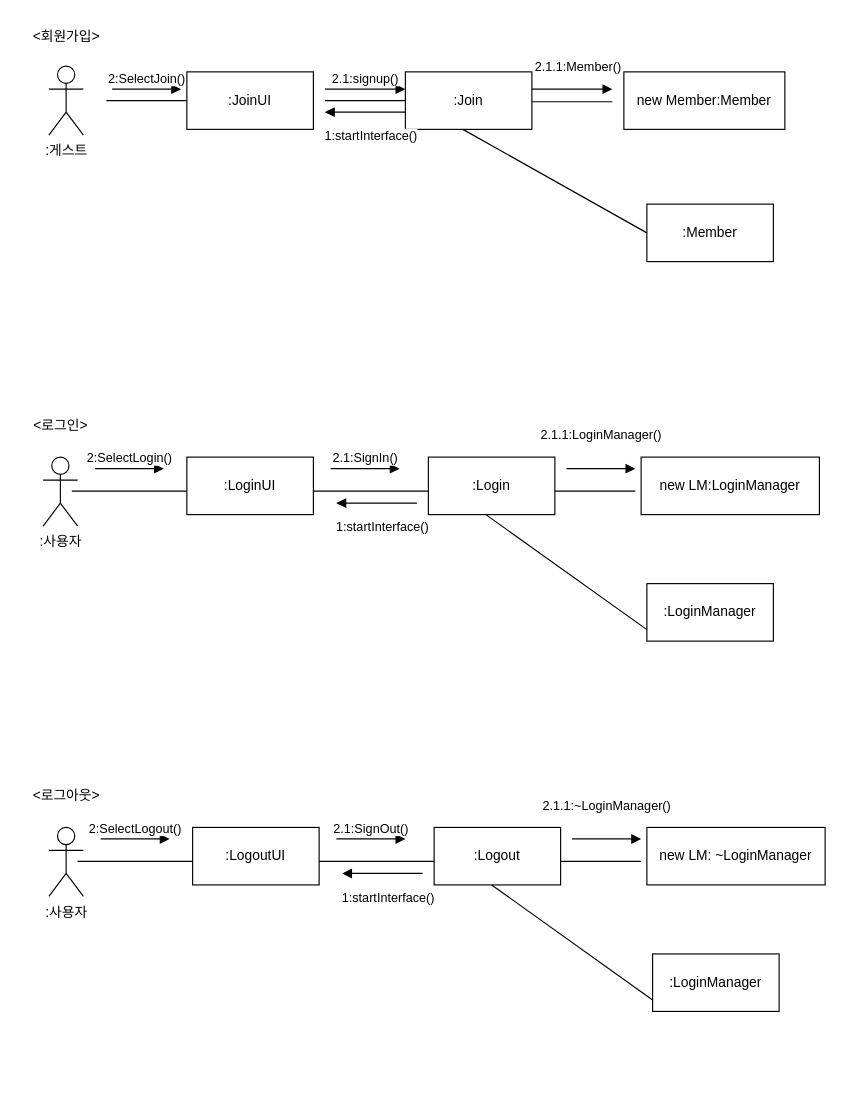
nowOne2/se2ndAssignment keeps this draw.io diagram as page "페이지-1" (1 of 2) of 소공2차과제 커뮤니케이션 다이어그램.drawio.xml. Above is the earlier version. Source tidied: cells renumbered, new cells numbered last; positions are measured from the earlier drawing's top-left corner, leaving out a move shared by most shapes. Both pictures are drawn from the tidied source at 115%, with x=0, y=0 at pixel (20, 20).
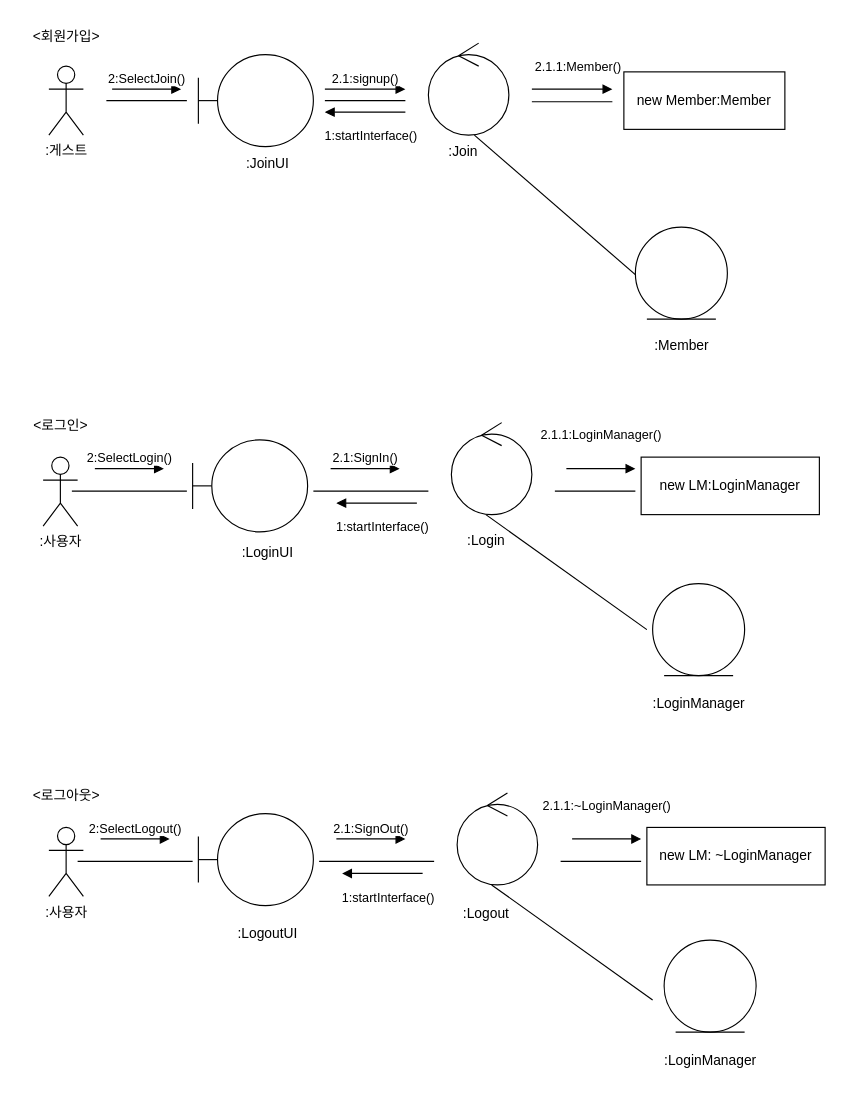
The same diagram, later.

What changed in the source:
```diff
@@
-    <mxCell id="3" value=":JoinUI" style="html=1;whiteSpace=wrap;" parent="1" vertex="1">
-      <mxGeometry x="145" y="45" width="110" height="50" as="geometry" />
-    </mxCell>
-    <mxCell id="4" value=":Member" style="html=1;whiteSpace=wrap;" parent="1" vertex="1">
-      <mxGeometry x="545" y="160" width="110" height="50" as="geometry" />
-    </mxCell>
@@
-    <mxCell id="6" value=":Join" style="html=1;whiteSpace=wrap;" parent="1" vertex="1">
-      <mxGeometry x="335" y="45" width="110" height="50" as="geometry" />
-    </mxCell>
@@
-    <mxCell id="10" style="endArrow=none;html=1;rounded=0;entryX=0;entryY=0.5;entryDx=0;entryDy=0;" parent="1" edge="1" target="4">
+    <mxCell id="10" style="endArrow=none;html=1;rounded=0;entryX=0;entryY=0.5;entryDx=0;entryDy=0;" parent="1" edge="1">
       <mxGeometry relative="1" as="geometry">
-        <mxPoint x="385" y="95" as="sourcePoint" />
+        <mxPoint x="395" y="100" as="sourcePoint" />
+        <mxPoint x="545" y="230" as="targetPoint" />
       </mxGeometry>
     </mxCell>
@@
-    <mxCell id="18" value=":Login" style="html=1;whiteSpace=wrap;" parent="1" vertex="1">
-      <mxGeometry x="355" y="380" width="110" height="50" as="geometry" />
-    </mxCell>
@@
-    <mxCell id="20" value=":LoginManager" style="html=1;whiteSpace=wrap;" parent="1" vertex="1">
-      <mxGeometry x="545" y="490" width="110" height="50" as="geometry" />
-    </mxCell>
-    <mxCell id="21" value=":LoginUI" style="html=1;whiteSpace=wrap;" parent="1" vertex="1">
-      <mxGeometry x="145" y="380" width="110" height="50" as="geometry" />
-    </mxCell>
@@
-    <mxCell id="32" value=":Logout" style="html=1;whiteSpace=wrap;" parent="1" vertex="1">
-      <mxGeometry x="360" y="702" width="110" height="50" as="geometry" />
-    </mxCell>
@@
-    <mxCell id="34" value=":LoginManager" style="html=1;whiteSpace=wrap;" parent="1" vertex="1">
-      <mxGeometry x="550" y="812" width="110" height="50" as="geometry" />
-    </mxCell>
-    <mxCell id="35" value=":LogoutUI" style="html=1;whiteSpace=wrap;" parent="1" vertex="1">
-      <mxGeometry x="150" y="702" width="110" height="50" as="geometry" />
-    </mxCell>
@@
+    <mxCell id="44" style="shape=umlBoundary;whiteSpace=wrap;html=1;" parent="1" vertex="1">
+      <mxGeometry x="155" y="30" width="100" height="80" as="geometry" />
+    </mxCell>
+    <mxCell id="45" style="ellipse;shape=umlControl;whiteSpace=wrap;html=1;" parent="1" vertex="1">
+      <mxGeometry x="355" y="20" width="70" height="80" as="geometry" />
+    </mxCell>
+    <mxCell id="46" style="ellipse;shape=umlEntity;whiteSpace=wrap;html=1;" parent="1" vertex="1">
+      <mxGeometry x="535" y="180" width="80" height="80" as="geometry" />
+    </mxCell>
+    <mxCell id="4" value=":Member" style="text;html=1;align=center;verticalAlign=middle;points=[];strokeColor=none;fillColor=none;" parent="1" vertex="1">
+      <mxGeometry x="540" y="268" width="70" height="30" as="geometry" />
+    </mxCell>
+    <mxCell id="6" value=":Join" style="text;html=1;align=center;verticalAlign=middle;strokeColor=none;fillColor=none;" parent="1" vertex="1">
+      <mxGeometry x="360" y="100" width="50" height="30" as="geometry" />
+    </mxCell>
+    <mxCell id="3" value=":JoinUI" style="text;html=1;align=center;verticalAlign=middle;strokeColor=none;fillColor=none;" parent="1" vertex="1">
+      <mxGeometry x="185" y="110" width="60" height="30" as="geometry" />
+    </mxCell>
+    <mxCell id="47" style="ellipse;shape=umlEntity;whiteSpace=wrap;html=1;" parent="1" vertex="1">
+      <mxGeometry x="550" y="490" width="80" height="80" as="geometry" />
+    </mxCell>
+    <mxCell id="48" style="ellipse;shape=umlControl;whiteSpace=wrap;html=1;" parent="1" vertex="1">
+      <mxGeometry x="375" y="350" width="70" height="80" as="geometry" />
+    </mxCell>
+    <mxCell id="49" style="shape=umlBoundary;whiteSpace=wrap;html=1;" parent="1" vertex="1">
+      <mxGeometry x="150" y="365" width="100" height="80" as="geometry" />
+    </mxCell>
+    <mxCell id="21" value=":LoginUI" style="text;html=1;align=center;verticalAlign=middle;strokeColor=none;fillColor=none;" parent="1" vertex="1">
+      <mxGeometry x="180" y="448" width="70" height="30" as="geometry" />
+    </mxCell>
+    <mxCell id="18" value=":Login" style="text;html=1;align=center;verticalAlign=middle;strokeColor=none;fillColor=none;" parent="1" vertex="1">
+      <mxGeometry x="375" y="438" width="60" height="30" as="geometry" />
+    </mxCell>
+    <mxCell id="50" value=":LoginManager" style="text;html=1;align=center;verticalAlign=middle;strokeColor=none;fillColor=none;" parent="1" vertex="1">
+      <mxGeometry x="540" y="580" width="100" height="30" as="geometry" />
+    </mxCell>
+    <mxCell id="51" style="ellipse;shape=umlEntity;whiteSpace=wrap;html=1;" parent="1" vertex="1">
+      <mxGeometry x="560" y="800" width="80" height="80" as="geometry" />
+    </mxCell>
+    <mxCell id="52" value=":LoginManager" style="text;html=1;align=center;verticalAlign=middle;strokeColor=none;fillColor=none;" parent="1" vertex="1">
+      <mxGeometry x="550" y="890" width="100" height="30" as="geometry" />
+    </mxCell>
+    <mxCell id="53" style="ellipse;shape=umlControl;whiteSpace=wrap;html=1;" parent="1" vertex="1">
+      <mxGeometry x="380" y="672" width="70" height="80" as="geometry" />
+    </mxCell>
+    <mxCell id="54" style="shape=umlBoundary;whiteSpace=wrap;html=1;" parent="1" vertex="1">
+      <mxGeometry x="155" y="690" width="100" height="80" as="geometry" />
+    </mxCell>
+    <mxCell id="35" value=":LogoutUI" style="text;html=1;align=center;verticalAlign=middle;strokeColor=none;fillColor=none;" parent="1" vertex="1">
+      <mxGeometry x="175" y="780" width="80" height="30" as="geometry" />
+    </mxCell>
+    <mxCell id="32" value=":Logout" style="text;html=1;align=center;verticalAlign=middle;strokeColor=none;fillColor=none;" parent="1" vertex="1">
+      <mxGeometry x="375" y="762" width="60" height="30" as="geometry" />
+    </mxCell>
```
